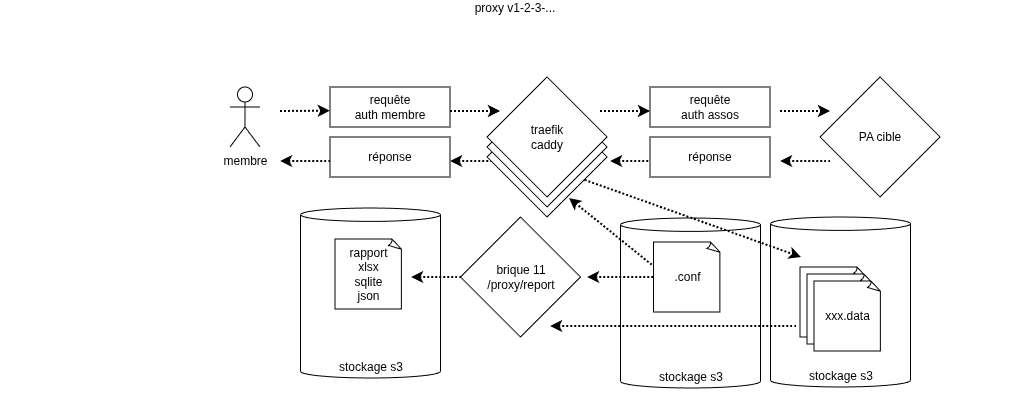
Before: docs/briques/11-proxy/proxy-archi-v1-2.png, a diagram exported from draw.io (PDP-Libre/PA_Communautaire). Source tidied: cells renumbered, new cells last; positions are measured from the earlier drawing's top-left corner, leaving out a move shared by most shapes. Its diagram source:
```xml
<mxGraphModel>
  <root>
    <mxCell id="0" />
    <mxCell id="1" parent="0" />
    <mxCell id="2" value="proxy v1-2-3-..." style="rounded=0;whiteSpace=wrap;html=1;strokeColor=none;labelPosition=center;verticalLabelPosition=top;align=center;verticalAlign=bottom;labelBorderColor=none;textShadow=0;labelBackgroundColor=default;horizontal=1;" parent="1" vertex="1">
      <mxGeometry width="1030" height="390" as="geometry" />
    </mxCell>
    <mxCell id="3" value="stockage s3" style="shape=cylinder3;whiteSpace=wrap;html=1;boundedLbl=1;backgroundOutline=1;size=6.710129310344826;verticalAlign=bottom;" parent="1" vertex="1">
      <mxGeometry x="300.5" y="191" width="140" height="170" as="geometry" />
    </mxCell>
    <mxCell id="4" value="stockage s3" style="shape=cylinder3;whiteSpace=wrap;html=1;boundedLbl=1;backgroundOutline=1;size=6.710129310344826;verticalAlign=bottom;" parent="1" vertex="1">
      <mxGeometry x="620.5" y="201" width="140" height="170" as="geometry" />
    </mxCell>
    <mxCell id="5" value="&lt;div&gt;requête&lt;/div&gt;&lt;div&gt;auth membre&lt;/div&gt;" style="rounded=0;whiteSpace=wrap;html=1;" parent="1" vertex="1">
      <mxGeometry x="330" y="70" width="120" height="40" as="geometry" />
    </mxCell>
    <mxCell id="6" value="membre" style="shape=umlActor;verticalLabelPosition=bottom;verticalAlign=top;html=1;" parent="1" vertex="1">
      <mxGeometry x="230" y="70" width="30" height="60" as="geometry" />
    </mxCell>
    <mxCell id="7" style="endArrow=classic;html=1;strokeWidth=2;rounded=0;entryX=-0.002;entryY=0.592;entryDx=0;entryDy=0;entryPerimeter=0;dashPattern=1 1;dashed=1;endFill=1;" parent="1" edge="1" target="5">
      <mxGeometry relative="1" as="geometry">
        <mxPoint x="280" y="94" as="sourcePoint" />
      </mxGeometry>
    </mxCell>
    <mxCell id="8" value="&lt;div&gt;PA cible&lt;/div&gt;" style="rhombus;whiteSpace=wrap;html=1;" parent="1" vertex="1">
      <mxGeometry x="820" y="60" width="120" height="120" as="geometry" />
    </mxCell>
    <mxCell id="9" value="&lt;div&gt;requête&lt;/div&gt;&lt;div&gt;auth assos&lt;/div&gt;" style="rounded=0;whiteSpace=wrap;html=1;" parent="1" vertex="1">
      <mxGeometry x="650" y="70" width="120" height="40" as="geometry" />
    </mxCell>
    <mxCell id="10" value="&lt;div&gt;réponse&lt;/div&gt;" style="rounded=0;whiteSpace=wrap;html=1;" parent="1" vertex="1">
      <mxGeometry x="330" y="120" width="120" height="40" as="geometry" />
    </mxCell>
    <mxCell id="11" value="stockage s3" style="shape=cylinder3;whiteSpace=wrap;html=1;boundedLbl=1;backgroundOutline=1;size=6.710129310344826;verticalAlign=bottom;" parent="1" vertex="1">
      <mxGeometry x="770.5" y="200" width="140" height="170" as="geometry" />
    </mxCell>
    <mxCell id="12" value="&lt;div&gt;&lt;span style=&quot;background-color: transparent; color: light-dark(rgb(0, 0, 0), rgb(255, 255, 255));&quot;&gt;xxx.data&lt;/span&gt;&lt;/div&gt;" style="whiteSpace=wrap;html=1;shape=mxgraph.basic.document;" parent="1" vertex="1">
      <mxGeometry x="800" y="250" width="67" height="70" as="geometry" />
    </mxCell>
    <mxCell id="13" value="&lt;div&gt;&lt;span style=&quot;background-color: transparent; color: light-dark(rgb(0, 0, 0), rgb(255, 255, 255));&quot;&gt;xxx.data&lt;/span&gt;&lt;/div&gt;" style="whiteSpace=wrap;html=1;shape=mxgraph.basic.document;" parent="1" vertex="1">
      <mxGeometry x="807" y="257" width="67" height="70" as="geometry" />
    </mxCell>
    <mxCell id="14" value="&lt;div&gt;&lt;span style=&quot;background-color: transparent; color: light-dark(rgb(0, 0, 0), rgb(255, 255, 255));&quot;&gt;xxx.data&lt;/span&gt;&lt;/div&gt;" style="whiteSpace=wrap;html=1;shape=mxgraph.basic.document;" parent="1" vertex="1">
      <mxGeometry x="814" y="264" width="67" height="70" as="geometry" />
    </mxCell>
    <mxCell id="15" value="rapport&lt;div&gt;xlsx&lt;/div&gt;&lt;div&gt;sqlite&lt;/div&gt;&lt;div&gt;json&lt;/div&gt;" style="whiteSpace=wrap;html=1;shape=mxgraph.basic.document;" parent="1" vertex="1">
      <mxGeometry x="335" y="222" width="67" height="70" as="geometry" />
    </mxCell>
    <mxCell id="16" style="endArrow=classic;html=1;strokeWidth=2;rounded=0;entryX=-0.002;entryY=0.592;entryDx=0;entryDy=0;entryPerimeter=0;dashPattern=1 1;dashed=1;endFill=1;" parent="1" edge="1">
      <mxGeometry relative="1" as="geometry">
        <mxPoint x="450" y="94" as="sourcePoint" />
        <mxPoint x="500" y="94" as="targetPoint" />
      </mxGeometry>
    </mxCell>
    <mxCell id="17" style="endArrow=classic;html=1;strokeWidth=2;rounded=0;entryX=-0.002;entryY=0.592;entryDx=0;entryDy=0;entryPerimeter=0;dashPattern=1 1;dashed=1;endFill=1;" parent="1" edge="1">
      <mxGeometry relative="1" as="geometry">
        <mxPoint x="600" y="94" as="sourcePoint" />
        <mxPoint x="650" y="94" as="targetPoint" />
      </mxGeometry>
    </mxCell>
    <mxCell id="18" style="endArrow=classic;html=1;strokeWidth=2;rounded=0;entryX=-0.002;entryY=0.592;entryDx=0;entryDy=0;entryPerimeter=0;dashPattern=1 1;dashed=1;endFill=1;" parent="1" edge="1">
      <mxGeometry relative="1" as="geometry">
        <mxPoint x="780" y="94" as="sourcePoint" />
        <mxPoint x="830" y="94" as="targetPoint" />
      </mxGeometry>
    </mxCell>
    <mxCell id="19" style="endArrow=none;html=1;strokeWidth=2;rounded=0;entryX=-0.002;entryY=0.592;entryDx=0;entryDy=0;entryPerimeter=0;dashPattern=1 1;dashed=1;endFill=0;startArrow=classic;startFill=1;" parent="1" edge="1">
      <mxGeometry relative="1" as="geometry">
        <mxPoint x="780" y="144" as="sourcePoint" />
        <mxPoint x="830" y="144" as="targetPoint" />
      </mxGeometry>
    </mxCell>
    <mxCell id="20" style="endArrow=none;html=1;strokeWidth=2;rounded=0;entryX=-0.002;entryY=0.592;entryDx=0;entryDy=0;entryPerimeter=0;dashPattern=1 1;dashed=1;endFill=0;startArrow=classic;startFill=1;" parent="1" edge="1">
      <mxGeometry relative="1" as="geometry">
        <mxPoint x="610" y="144" as="sourcePoint" />
        <mxPoint x="660" y="144" as="targetPoint" />
      </mxGeometry>
    </mxCell>
    <mxCell id="21" style="endArrow=none;html=1;strokeWidth=2;rounded=0;entryX=-0.002;entryY=0.592;entryDx=0;entryDy=0;entryPerimeter=0;dashPattern=1 1;dashed=1;endFill=0;startArrow=classic;startFill=1;" parent="1" edge="1">
      <mxGeometry relative="1" as="geometry">
        <mxPoint x="450" y="144" as="sourcePoint" />
        <mxPoint x="500" y="144" as="targetPoint" />
      </mxGeometry>
    </mxCell>
    <mxCell id="22" style="endArrow=none;html=1;strokeWidth=2;rounded=0;entryX=-0.002;entryY=0.592;entryDx=0;entryDy=0;entryPerimeter=0;dashPattern=1 1;dashed=1;endFill=0;startArrow=classic;startFill=1;" parent="1" edge="1">
      <mxGeometry relative="1" as="geometry">
        <mxPoint x="280" y="144" as="sourcePoint" />
        <mxPoint x="330" y="144" as="targetPoint" />
      </mxGeometry>
    </mxCell>
    <mxCell id="23" style="endArrow=none;html=1;strokeWidth=2;rounded=0;dashPattern=1 1;dashed=1;endFill=0;startArrow=classic;startFill=1;" parent="1" edge="1">
      <mxGeometry relative="1" as="geometry">
        <mxPoint x="569" y="181" as="sourcePoint" />
        <mxPoint x="667" y="260" as="targetPoint" />
      </mxGeometry>
    </mxCell>
    <mxCell id="24" style="endArrow=none;html=1;strokeWidth=2;rounded=0;dashPattern=1 1;dashed=1;endFill=0;startArrow=classic;startFill=1;" parent="1" edge="1">
      <mxGeometry relative="1" as="geometry">
        <mxPoint x="587" y="260" as="sourcePoint" />
        <mxPoint x="663" y="260" as="targetPoint" />
      </mxGeometry>
    </mxCell>
    <mxCell id="25" style="endArrow=none;html=1;strokeWidth=2;rounded=0;dashPattern=1 1;dashed=1;endFill=0;startArrow=classic;startFill=1;" parent="1" edge="1">
      <mxGeometry relative="1" as="geometry">
        <mxPoint x="550" y="309" as="sourcePoint" />
        <mxPoint x="796" y="309" as="targetPoint" />
      </mxGeometry>
    </mxCell>
    <mxCell id="26" style="endArrow=none;html=1;strokeWidth=2;rounded=0;entryX=-0.002;entryY=0.592;entryDx=0;entryDy=0;entryPerimeter=0;dashPattern=1 1;dashed=1;endFill=0;startArrow=classic;startFill=1;" parent="1" edge="1">
      <mxGeometry relative="1" as="geometry">
        <mxPoint x="411" y="260" as="sourcePoint" />
        <mxPoint x="461" y="260" as="targetPoint" />
      </mxGeometry>
    </mxCell>
    <mxCell id="27" value=".conf" style="whiteSpace=wrap;html=1;shape=mxgraph.basic.document;" parent="1" vertex="1">
      <mxGeometry x="653.5" y="225" width="67" height="70" as="geometry" />
    </mxCell>
    <mxCell id="28" value="&lt;div&gt;brique 11&lt;/div&gt;/proxy/report" style="rhombus;whiteSpace=wrap;html=1;" parent="1" vertex="1">
      <mxGeometry x="460.5" y="200" width="120" height="120" as="geometry" />
    </mxCell>
    <mxCell id="29" style="endArrow=classic;html=1;strokeWidth=2;rounded=0;dashPattern=1 1;dashed=1;endFill=1;startArrow=none;startFill=0;" parent="1" edge="1">
      <mxGeometry relative="1" as="geometry">
        <mxPoint x="580.9" y="161.5" as="sourcePoint" />
        <mxPoint x="801" y="240" as="targetPoint" />
      </mxGeometry>
    </mxCell>
    <mxCell id="30" value="&lt;div&gt;traefik&lt;/div&gt;&lt;div&gt;caddy&lt;/div&gt;" style="rhombus;whiteSpace=wrap;html=1;" parent="1" vertex="1">
      <mxGeometry x="487" y="80" width="120" height="120" as="geometry" />
    </mxCell>
    <mxCell id="31" value="&lt;div&gt;traefik&lt;/div&gt;&lt;div&gt;caddy&lt;/div&gt;" style="rhombus;whiteSpace=wrap;html=1;" parent="1" vertex="1">
      <mxGeometry x="487" y="70" width="120" height="120" as="geometry" />
    </mxCell>
    <mxCell id="32" value="&lt;div&gt;traefik&lt;/div&gt;&lt;div&gt;caddy&lt;/div&gt;" style="rhombus;whiteSpace=wrap;html=1;" parent="1" vertex="1">
      <mxGeometry x="487" y="60" width="120" height="120" as="geometry" />
    </mxCell>
    <mxCell id="33" value="&lt;div&gt;réponse&lt;/div&gt;" style="rounded=0;whiteSpace=wrap;html=1;" parent="1" vertex="1">
      <mxGeometry x="650" y="120" width="120" height="40" as="geometry" />
    </mxCell>
  </root>
</mxGraphModel>
```
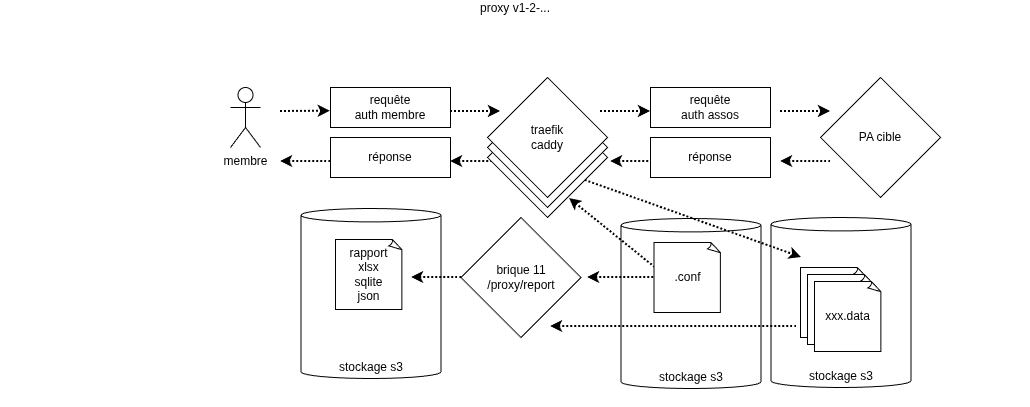
Above is the later version.

Diff of the diagram source:
```diff
@@ -2,7 +2,7 @@
   <root>
     <mxCell id="0" />
     <mxCell id="1" parent="0" />
-    <mxCell id="2" value="proxy v1-2-3-..." style="rounded=0;whiteSpace=wrap;html=1;strokeColor=none;labelPosition=center;verticalLabelPosition=top;align=center;verticalAlign=bottom;labelBorderColor=none;textShadow=0;labelBackgroundColor=default;horizontal=1;" parent="1" vertex="1">
+    <mxCell id="2" value="proxy v1-2-..." style="rounded=0;whiteSpace=wrap;html=1;strokeColor=none;labelPosition=center;verticalLabelPosition=top;align=center;verticalAlign=bottom;labelBorderColor=none;textShadow=0;labelBackgroundColor=default;horizontal=1;" parent="1" vertex="1">
       <mxGeometry width="1030" height="390" as="geometry" />
     </mxCell>
     <mxCell id="3" value="stockage s3" style="shape=cylinder3;whiteSpace=wrap;html=1;boundedLbl=1;backgroundOutline=1;size=6.710129310344826;verticalAlign=bottom;" parent="1" vertex="1">
```
